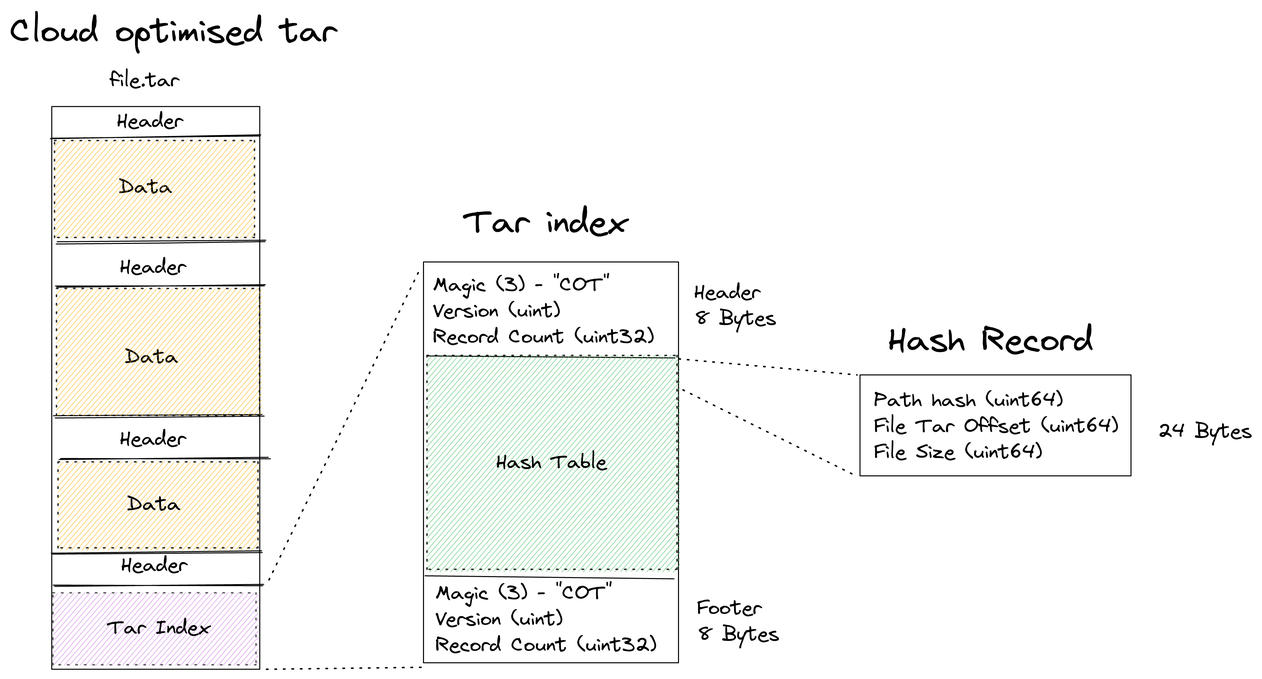
Earlier version of the Excalidraw export static/TarFileIndex.png (linz/cotar). Source tidied: one line per element, renumbered; positions are measured from the earlier drawing's top-left corner, leaving out a move shared by most shapes. Its diagram source:
```json
{"id": 0, "type": "text", "text": "Cloud optimised tar", "strokeColor": "#000000", "strokeWidth": 1, "roughness": 0, "fontSize": 34, "fontFamily": 1, "x": 0, "y": 0, "width": 327, "height": 44}
{"id": 1, "type": "rectangle", "strokeColor": "#000000", "strokeWidth": 1, "roughness": 0, "x": 42, "y": 97, "width": 208, "height": 563}
{"id": 2, "type": "line", "strokeColor": "#000000", "strokeWidth": 1, "roughness": 1, "x": 41, "y": 128, "width": 209, "height": 2, "points": [[0, 0], [209, -2]]}
{"id": 3, "type": "text", "text": "Header", "strokeColor": "#000000", "strokeWidth": 1, "roughness": 1, "fontSize": 20, "fontFamily": 1, "x": 107, "y": 99, "width": 66, "height": 26}
{"id": 4, "type": "line", "strokeColor": "#000000", "strokeWidth": 1, "roughness": 1, "x": 46, "y": 233, "width": 209, "height": 2, "points": [[0, 0], [209, -2]]}
{"id": 5, "type": "text", "text": "Data", "strokeColor": "#000000", "strokeWidth": 1, "roughness": 1, "fontSize": 20, "fontFamily": 1, "x": 109, "y": 165, "width": 54, "height": 26}
{"id": 6, "type": "line", "strokeColor": "#000000", "strokeWidth": 1, "roughness": 1, "x": 46, "y": 278, "width": 209, "height": 2, "points": [[0, 0], [209, -2]]}
{"id": 7, "type": "text", "text": "Header", "strokeColor": "#000000", "strokeWidth": 1, "roughness": 1, "fontSize": 20, "fontFamily": 1, "x": 110, "y": 245, "width": 66, "height": 26}
{"id": 8, "type": "text", "text": "Data", "strokeColor": "#000000", "strokeWidth": 1, "roughness": 1, "fontSize": 20, "fontFamily": 1, "x": 115, "y": 335, "width": 54, "height": 26}
{"id": 9, "type": "line", "strokeColor": "#000000", "strokeWidth": 1, "roughness": 1, "x": 44, "y": 407, "width": 209, "height": 2, "points": [[0, 0], [209, -2]]}
{"id": 10, "type": "text", "text": "Header", "strokeColor": "#000000", "strokeWidth": 1, "roughness": 1, "fontSize": 20, "fontFamily": 1, "x": 110, "y": 417, "width": 66, "height": 26}
{"id": 11, "type": "line", "strokeColor": "#000000", "strokeWidth": 1, "roughness": 1, "x": 50, "y": 450, "width": 209, "height": 2, "points": [[0, 0], [209, -2]]}
{"id": 12, "type": "rectangle", "strokeColor": "#000000", "backgroundColor": "#be4bdb", "fillStyle": "hachure", "strokeWidth": 1, "strokeStyle": "dotted", "roughness": 0, "opacity": 60, "x": 43, "y": 583, "width": 203, "height": 72}
{"id": 13, "type": "text", "text": "Tar Index", "strokeColor": "#000000", "strokeWidth": 1, "roughness": 1, "fontSize": 20, "fontFamily": 1, "x": 98, "y": 606, "width": 102, "height": 26}
{"id": 14, "type": "rectangle", "strokeColor": "#000000", "backgroundColor": "#fab005", "fillStyle": "hachure", "strokeWidth": 1, "strokeStyle": "dotted", "roughness": 0, "opacity": 80, "x": 46, "y": 279, "width": 203, "height": 127}
{"id": 15, "type": "rectangle", "strokeColor": "#000000", "backgroundColor": "#fab005", "fillStyle": "hachure", "strokeWidth": 1, "strokeStyle": "dotted", "roughness": 0, "opacity": 80, "x": 44, "y": 131, "width": 200, "height": 97}
{"id": 16, "type": "line", "strokeColor": "#000000", "strokeWidth": 1, "strokeStyle": "dotted", "roughness": 0, "x": 259, "y": 570, "width": 152, "height": 313, "points": [[0, 0], [152, -313]]}
{"id": 17, "type": "line", "strokeColor": "#000000", "strokeWidth": 1, "strokeStyle": "dotted", "roughness": 0, "x": 257, "y": 660, "width": 158, "height": 2, "points": [[0, 0], [158, -2]]}
{"id": 18, "type": "rectangle", "strokeColor": "#000000", "strokeWidth": 1, "roughness": 0, "x": 414, "y": 252, "width": 255, "height": 401}
{"id": 19, "type": "text", "text": "Magic (3) - \"COT\"\nVersion (uint)\nRecord Count (uint32)", "strokeColor": "#000000", "strokeWidth": 1, "roughness": 1, "fontSize": 20, "fontFamily": 1, "x": 423, "y": 263, "width": 221, "height": 78}
{"id": 20, "type": "line", "strokeColor": "#000000", "backgroundColor": "#fab005", "fillStyle": "hachure", "strokeWidth": 1, "roughness": 0, "x": 417, "y": 346, "width": 248, "height": 2, "points": [[0, 0], [248, 2]]}
{"id": 21, "type": "line", "strokeColor": "#000000", "backgroundColor": "#fab005", "fillStyle": "hachure", "strokeWidth": 1, "roughness": 0, "x": 415, "y": 566, "width": 249, "height": 3, "points": [[0, 0], [249, 3]]}
{"id": 22, "type": "rectangle", "strokeColor": "#000000", "backgroundColor": "#40c057", "fillStyle": "hachure", "strokeWidth": 1, "strokeStyle": "dotted", "roughness": 0, "opacity": 80, "x": 417, "y": 346, "width": 250, "height": 214}
{"id": 23, "type": "text", "text": "Hash Table", "strokeColor": "#000000", "backgroundColor": "#fab005", "fillStyle": "hachure", "strokeWidth": 1, "roughness": 0, "fontSize": 20, "fontFamily": 1, "x": 486, "y": 440, "width": 111, "height": 26}
{"id": 24, "type": "text", "text": "Header\n8 Bytes", "strokeColor": "#000000", "backgroundColor": "#fab005", "fillStyle": "hachure", "strokeWidth": 1, "roughness": 0, "fontSize": 20, "fontFamily": 1, "x": 684, "y": 270, "width": 82, "height": 52}
{"id": 25, "type": "text", "text": "Footer\n8 Bytes", "strokeColor": "#000000", "backgroundColor": "#fab005", "fillStyle": "hachure", "strokeWidth": 1, "roughness": 0, "fontSize": 20, "fontFamily": 1, "x": 687, "y": 586, "width": 82, "height": 52}
{"id": 26, "type": "text", "text": "Tar index", "strokeColor": "#000000", "strokeWidth": 1, "roughness": 0, "fontSize": 34, "fontFamily": 1, "x": 454, "y": 191, "width": 162, "height": 44}
{"id": 27, "type": "line", "strokeColor": "#000000", "backgroundColor": "#fab005", "fillStyle": "hachure", "strokeWidth": 1, "strokeStyle": "dotted", "roughness": 0, "x": 669, "y": 349, "width": 178, "height": 16, "points": [[0, 0], [178, 16]]}
{"id": 28, "type": "line", "strokeColor": "#000000", "backgroundColor": "#fab005", "fillStyle": "hachure", "strokeWidth": 1, "strokeStyle": "dotted", "roughness": 0, "x": 673, "y": 380, "width": 171, "height": 85, "points": [[0, 0], [171, 85]]}
{"id": 29, "type": "rectangle", "strokeColor": "#000000", "strokeWidth": 1, "roughness": 0, "x": 850, "y": 365, "width": 271, "height": 101}
{"id": 30, "type": "text", "text": "Hash Record", "strokeColor": "#000000", "strokeWidth": 1, "roughness": 0, "fontSize": 34, "fontFamily": 1, "x": 878, "y": 309, "width": 205, "height": 44}
{"id": 31, "type": "text", "text": "Path hash (uint64)\nFile Tar Offset (uint64)\nFile Size (uint64)", "strokeColor": "#000000", "strokeWidth": 1, "roughness": 1, "fontSize": 20, "fontFamily": 1, "x": 864, "y": 378, "width": 244, "height": 78}
{"id": 32, "type": "text", "text": "24 Bytes", "strokeColor": "#000000", "backgroundColor": "#fab005", "fillStyle": "hachure", "strokeWidth": 1, "roughness": 0, "fontSize": 20, "fontFamily": 1, "x": 1148, "y": 409, "width": 94, "height": 26}
{"id": 33, "type": "text", "text": "Magic (3) - \"COT\"\nVersion (uint)\nRecord Count (uint32)", "strokeColor": "#000000", "strokeWidth": 1, "roughness": 1, "fontSize": 20, "fontFamily": 1, "x": 426, "y": 571, "width": 221, "height": 78}
{"id": 34, "type": "text", "text": "file.tar", "strokeColor": "#000000", "backgroundColor": "#40c057", "fillStyle": "hachure", "strokeWidth": 1, "roughness": 1, "fontSize": 20, "fontFamily": 1, "x": 100, "y": 58, "width": 69, "height": 26}
{"id": 35, "type": "rectangle", "strokeColor": "#000000", "backgroundColor": "#fab005", "fillStyle": "hachure", "strokeWidth": 1, "strokeStyle": "dotted", "roughness": 0, "opacity": 80, "x": 48, "y": 452, "width": 200, "height": 86}
{"id": 36, "type": "text", "text": "Header", "strokeColor": "#000000", "strokeWidth": 1, "roughness": 1, "fontSize": 20, "fontFamily": 1, "x": 111, "y": 543, "width": 66, "height": 26}
{"id": 37, "type": "line", "strokeColor": "#000000", "strokeWidth": 1, "roughness": 1, "x": 44, "y": 577, "width": 209, "height": 2, "points": [[0, 0], [209, -2]]}
{"id": 38, "type": "text", "text": "Data", "strokeColor": "#000000", "strokeWidth": 1, "roughness": 1, "fontSize": 20, "fontFamily": 1, "x": 117, "y": 482, "width": 54, "height": 26}
{"id": 39, "type": "line", "strokeColor": "#000000", "strokeWidth": 1, "roughness": 1, "x": 42, "y": 544, "width": 209, "height": 2, "points": [[0, 0], [209, -2]]}
```
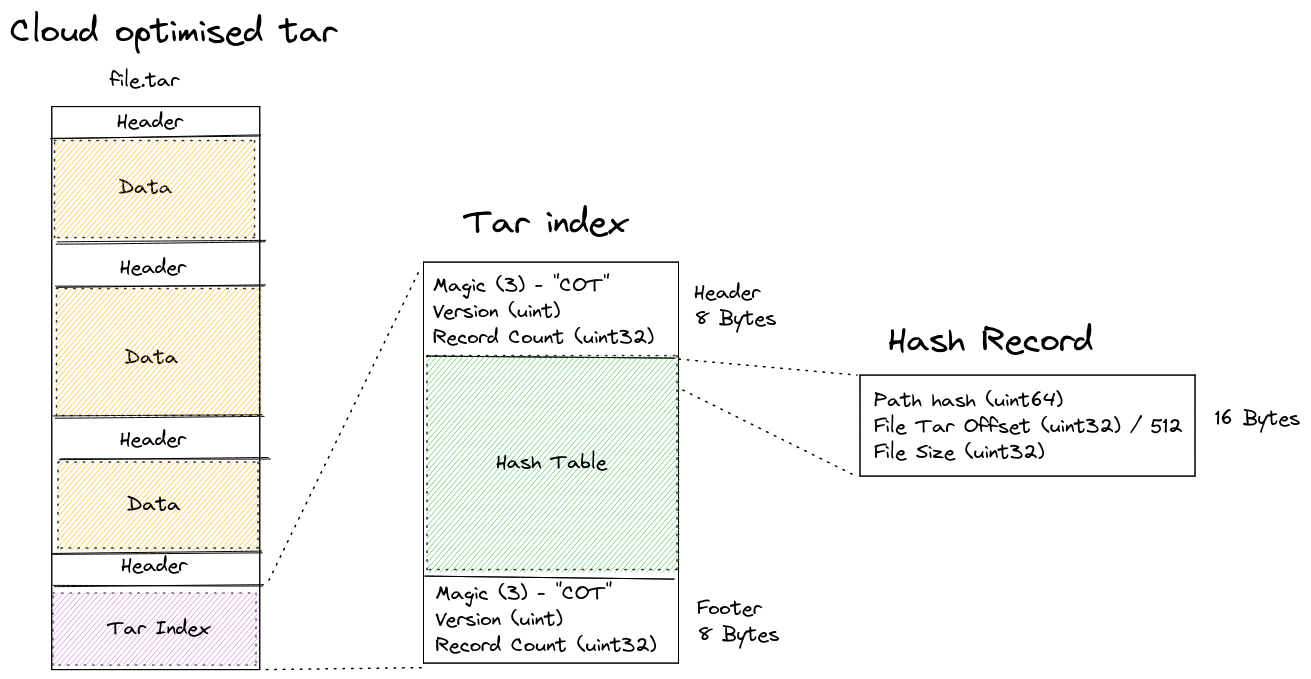
The same file after the commit.

Commit message:
feat(core): create version 2 header switching to uint32 for block offset and file size

Change to the diagram source:
```diff
@@ -27,10 +27,10 @@
 {"id": 26, "type": "text", "text": "Tar index", "strokeColor": "#000000", "strokeWidth": 1, "roughness": 0, "fontSize": 34, "fontFamily": 1, "x": 454, "y": 191, "width": 162, "height": 44}
 {"id": 27, "type": "line", "strokeColor": "#000000", "backgroundColor": "#fab005", "fillStyle": "hachure", "strokeWidth": 1, "strokeStyle": "dotted", "roughness": 0, "x": 669, "y": 349, "width": 178, "height": 16, "points": [[0, 0], [178, 16]]}
 {"id": 28, "type": "line", "strokeColor": "#000000", "backgroundColor": "#fab005", "fillStyle": "hachure", "strokeWidth": 1, "strokeStyle": "dotted", "roughness": 0, "x": 673, "y": 380, "width": 171, "height": 85, "points": [[0, 0], [171, 85]]}
-{"id": 29, "type": "rectangle", "strokeColor": "#000000", "strokeWidth": 1, "roughness": 0, "x": 850, "y": 365, "width": 271, "height": 101}
+{"id": 29, "type": "rectangle", "strokeColor": "#000000", "strokeWidth": 1, "roughness": 0, "x": 850, "y": 365, "width": 335, "height": 101}
 {"id": 30, "type": "text", "text": "Hash Record", "strokeColor": "#000000", "strokeWidth": 1, "roughness": 0, "fontSize": 34, "fontFamily": 1, "x": 878, "y": 309, "width": 205, "height": 44}
-{"id": 31, "type": "text", "text": "Path hash (uint64)\nFile Tar Offset (uint64)\nFile Size (uint64)", "strokeColor": "#000000", "strokeWidth": 1, "roughness": 1, "fontSize": 20, "fontFamily": 1, "x": 864, "y": 378, "width": 244, "height": 78}
+{"id": 31, "type": "text", "text": "Path hash (uint64)\nFile Tar Offset (uint32) / 512\nFile Size (uint32)", "strokeColor": "#000000", "strokeWidth": 1, "roughness": 1, "fontSize": 20, "fontFamily": 1, "x": 864, "y": 378, "width": 308, "height": 78}
-{"id": 32, "type": "text", "text": "24 Bytes", "strokeColor": "#000000", "backgroundColor": "#fab005", "fillStyle": "hachure", "strokeWidth": 1, "roughness": 0, "fontSize": 20, "fontFamily": 1, "x": 1148, "y": 409, "width": 94, "height": 26}
+{"id": 32, "type": "text", "text": "16 Bytes", "strokeColor": "#000000", "backgroundColor": "#fab005", "fillStyle": "hachure", "strokeWidth": 1, "roughness": 0, "fontSize": 20, "fontFamily": 1, "x": 1205, "y": 396, "width": 86, "height": 26}
 {"id": 33, "type": "text", "text": "Magic (3) - \"COT\"\nVersion (uint)\nRecord Count (uint32)", "strokeColor": "#000000", "strokeWidth": 1, "roughness": 1, "fontSize": 20, "fontFamily": 1, "x": 426, "y": 571, "width": 221, "height": 78}
 {"id": 34, "type": "text", "text": "file.tar", "strokeColor": "#000000", "backgroundColor": "#40c057", "fillStyle": "hachure", "strokeWidth": 1, "roughness": 1, "fontSize": 20, "fontFamily": 1, "x": 100, "y": 58, "width": 69, "height": 26}
 {"id": 35, "type": "rectangle", "strokeColor": "#000000", "backgroundColor": "#fab005", "fillStyle": "hachure", "strokeWidth": 1, "strokeStyle": "dotted", "roughness": 0, "opacity": 80, "x": 48, "y": 452, "width": 200, "height": 86}
```
